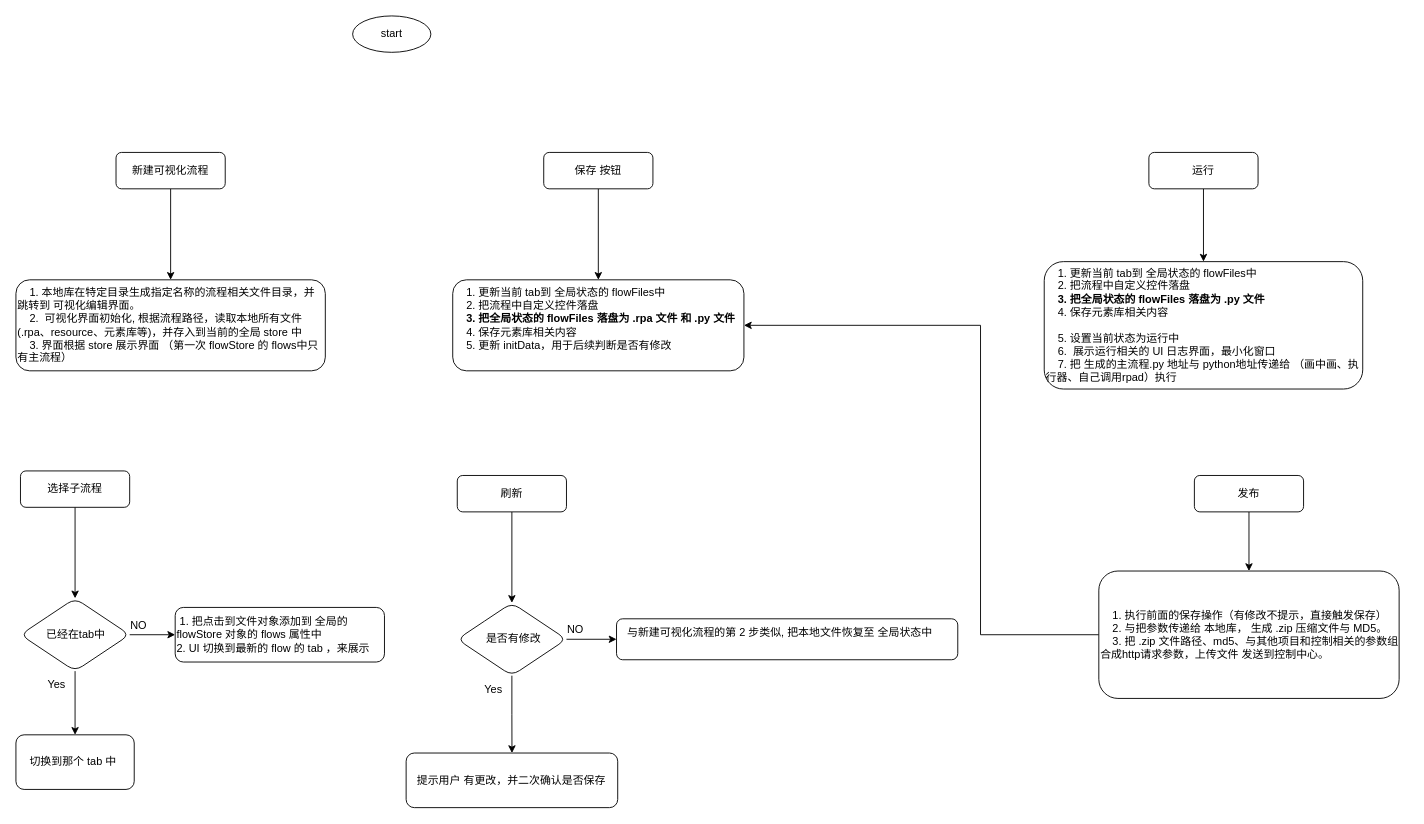
KevinBrother/draw keeps this draw.io diagram as studio 流程保存逻辑.drawio. Above is the earlier version. Source tidied: cells renumbered, new cells numbered last; positions are measured from the earlier drawing's top-left corner, leaving out a move shared by most shapes. Both pictures are drawn from the tidied source at 91%, with x=0, y=0 at pixel (15, 15).
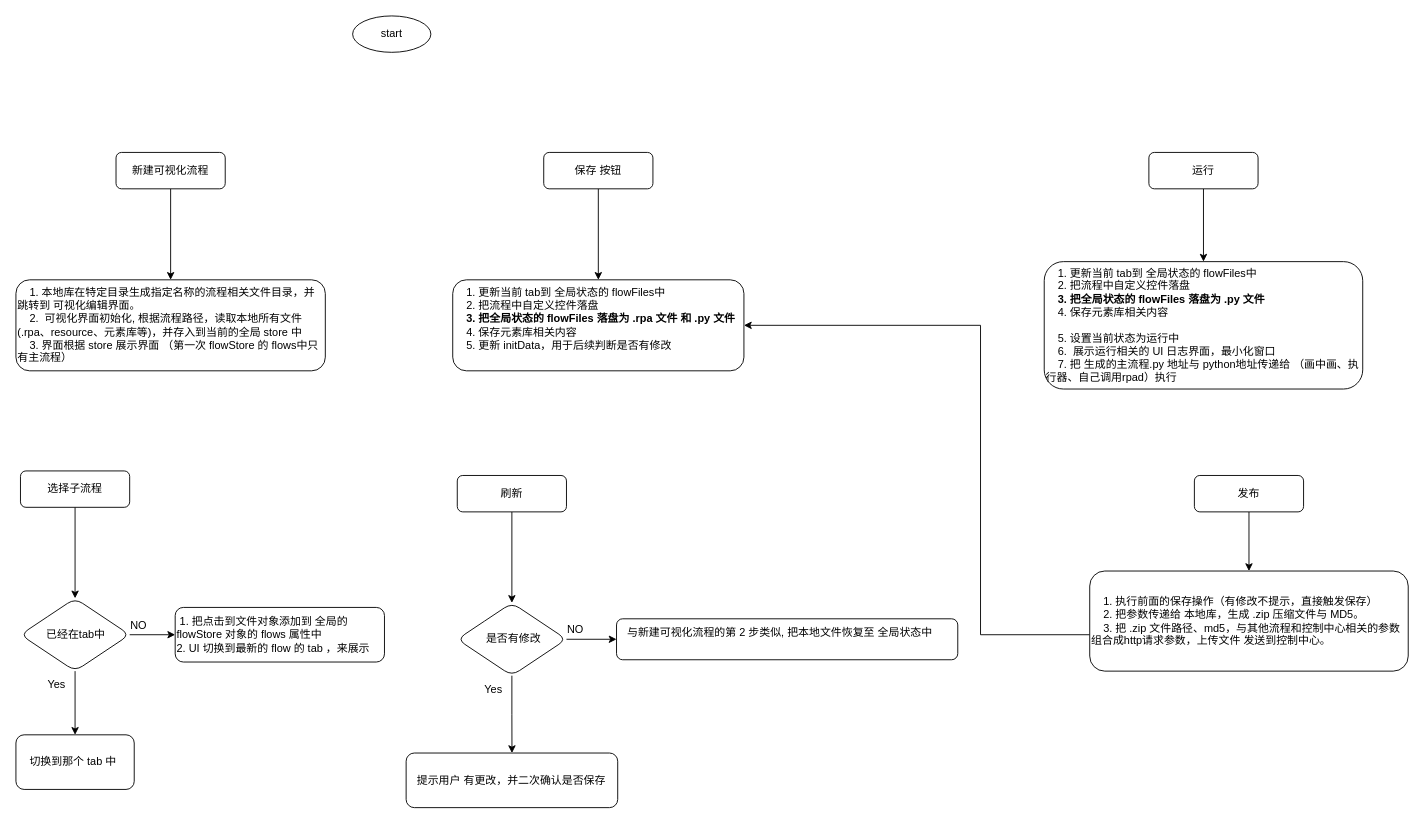
Above is the later version.

Commit message:
更新studio 流程保存逻辑.drawio

Change to the diagram source:
```diff
@@
-    <mxCell id="33" value="&amp;nbsp; &amp;nbsp; 1. 执行前面的保存操作（有修改不提示，直接触发保存）&lt;div&gt;&amp;nbsp; &amp;nbsp; 2. 与把参数传递给 本地库， 生成 .zip 压缩文件与 MD5。&lt;/div&gt;&lt;div&gt;&amp;nbsp; &amp;nbsp; 3. 把 .zip 文件路径、md5、与其他项目和控制相关的参数组合成http请求参数，上传文件 发送到控制中心。&lt;/div&gt;" style="rounded=1;whiteSpace=wrap;html=1;fontSize=12;glass=0;strokeWidth=1;shadow=0;align=left;" parent="1" vertex="1">
-      <mxGeometry x="1190" y="610" width="330" height="140" as="geometry" />
+    <mxCell id="33" value="&amp;nbsp; &amp;nbsp; 1. 执行前面的保存操作（有修改不提示，直接触发保存）&lt;div&gt;&amp;nbsp; &amp;nbsp; 2. 把参数传递给 本地库，生成 .zip 压缩文件与 MD5。&lt;/div&gt;&lt;div&gt;&amp;nbsp; &amp;nbsp; 3. 把 .zip 文件路径、md5，与其他流程和控制中心相关的参数组合成http请求参数，上传文件 发送到控制中心。&lt;/div&gt;" style="rounded=1;whiteSpace=wrap;html=1;fontSize=12;glass=0;strokeWidth=1;shadow=0;align=left;" parent="1" vertex="1">
+      <mxGeometry x="1180" y="610" width="350" height="110" as="geometry" />
     </mxCell>
```
